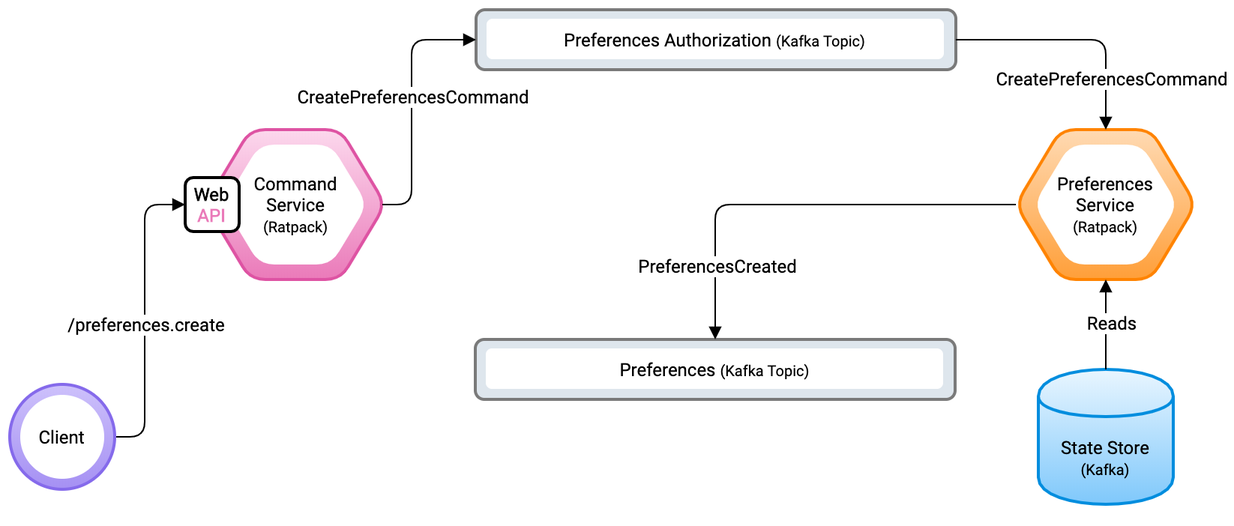
This is diagrams/kafka-event-store-preferences-service.png from pcasas/piggybox, a draw.io export, as it was before one commit. Source tidied: cells renumbered, new cells last; positions are measured from the earlier drawing's top-left corner, leaving out a move shared by most shapes. The source it was exported from:
```xml
<mxGraphModel>
  <root>
    <mxCell id="0" />
    <mxCell id="1" parent="0" />
    <mxCell id="2" style="shape=hexagon;perimeter=hexagonPerimeter2;whiteSpace=wrap;html=1;strokeWidth=2;fillColor=#FFDAB3;gradientColor=#FF9F39;rounded=1;comic=0;strokeColor=#ff8300;" parent="1" vertex="1">
      <mxGeometry x="671" y="80" width="120" height="100" as="geometry" />
    </mxCell>
    <mxCell id="3" value="Preferences&lt;br&gt;Service&lt;br&gt;&lt;font style=&quot;font-size: 10px&quot;&gt;(Ratpack)&lt;/font&gt;" style="shape=hexagon;perimeter=hexagonPerimeter2;whiteSpace=wrap;html=1;strokeWidth=1;fillColor=#FFFFFF;gradientColor=#FFFFFF;dashed=1;fontFamily=Roboto;FType=g;rounded=1;comic=0;strokeColor=none;" parent="1" vertex="1">
      <mxGeometry x="683" y="90" width="96" height="80" as="geometry" />
    </mxCell>
    <mxCell id="4" value="&lt;font face=&quot;Roboto&quot;&gt;State Store&lt;br&gt;&lt;font style=&quot;font-size: 10px&quot;&gt;(Kafka)&lt;/font&gt;&lt;/font&gt;" style="shape=cylinder;whiteSpace=wrap;html=1;boundedLbl=1;backgroundOutline=1;strokeWidth=2;fillColor=#E9F6FF;gradientColor=#7FC8FB;shadow=0;strokeColor=#008dde;" parent="1" vertex="1">
      <mxGeometry x="686" y="240" width="90" height="90" as="geometry" />
    </mxCell>
    <mxCell id="5" style="edgeStyle=orthogonalEdgeStyle;rounded=0;orthogonalLoop=1;jettySize=auto;html=1;exitX=0.5;exitY=1;exitDx=0;exitDy=0;startArrow=block;startFill=1;endArrow=block;endFill=1;" parent="1" edge="1" source="4" target="4">
      <mxGeometry relative="1" as="geometry" />
    </mxCell>
    <mxCell id="6" style="shape=hexagon;perimeter=hexagonPerimeter2;whiteSpace=wrap;html=1;strokeWidth=2;fillColor=#FCD8ED;gradientColor=#EA7AB9;rounded=1;comic=0;strokeColor=#de53a3;" parent="1" vertex="1">
      <mxGeometry x="130.5" y="80" width="120" height="100" as="geometry" />
    </mxCell>
    <mxCell id="7" value="Command&lt;br&gt;Service&lt;br&gt;&lt;font style=&quot;font-size: 10px&quot;&gt;(Ratpack)&lt;/font&gt;" style="shape=hexagon;perimeter=hexagonPerimeter2;whiteSpace=wrap;html=1;strokeWidth=1;fillColor=#FFFFFF;gradientColor=#FFFFFF;dashed=1;fontFamily=Roboto;FType=g;rounded=1;comic=0;strokeColor=none;" parent="1" vertex="1">
      <mxGeometry x="142.5" y="90" width="96" height="80" as="geometry" />
    </mxCell>
    <mxCell id="8" value="&lt;font face=&quot;Roboto&quot;&gt;&lt;b&gt;Web&lt;/b&gt;&lt;br&gt;&lt;font color=&quot;#ea7ab9&quot;&gt;&lt;b&gt;API&lt;/b&gt;&lt;/font&gt;&lt;/font&gt;" style="rounded=1;whiteSpace=wrap;html=1;shadow=0;comic=0;strokeWidth=2;fillColor=#FFF;gradientColor=none;" parent="1" vertex="1">
      <mxGeometry x="117" y="112" width="36" height="36" as="geometry" />
    </mxCell>
    <mxCell id="9" style="endArrow=none;html=1;entryX=1;entryY=0.5;entryDx=0;entryDy=0;endFill=0;exitX=0;exitY=0.5;exitDx=0;exitDy=0;edgeStyle=orthogonalEdgeStyle;startArrow=block;startFill=1;" parent="1" edge="1" source="8" target="11">
      <mxGeometry relative="1" as="geometry">
        <Array as="points">
          <mxPoint x="90" y="130" />
          <mxPoint x="90" y="285" />
        </Array>
      </mxGeometry>
    </mxCell>
    <mxCell id="10" value="&lt;font face=&quot;Roboto&quot;&gt;/preferences.create&lt;/font&gt;" style="text;html=1;align=center;verticalAlign=middle;labelBackgroundColor=#ffffff;" parent="9" vertex="1">
      <mxGeometry x="-0.01" y="-2" relative="1" as="geometry">
        <mxPoint x="2" y="6" as="offset" />
      </mxGeometry>
    </mxCell>
    <mxCell id="11" style="ellipse;whiteSpace=wrap;html=1;rounded=1;shadow=0;comic=0;strokeColor=#856aeb;strokeWidth=2;fillColor=#A590F3;gradientColor=#CDC1FB;gradientDirection=north;" parent="1" vertex="1">
      <mxGeometry y="250" width="70" height="70" as="geometry" />
    </mxCell>
    <mxCell id="12" value="&lt;font face=&quot;Roboto&quot;&gt;Client&lt;/font&gt;" style="ellipse;whiteSpace=wrap;html=1;rounded=1;shadow=0;comic=0;strokeColor=none;strokeWidth=1;fillColor=#FFF;gradientColor=none;" parent="1" vertex="1">
      <mxGeometry x="7" y="257" width="56" height="56" as="geometry" />
    </mxCell>
    <mxCell id="13" style="rounded=1;whiteSpace=wrap;html=1;strokeWidth=2;fillColor=#DEE6ED;gradientColor=none;strokeColor=#7A7A7A;" parent="1" vertex="1">
      <mxGeometry x="311" width="320" height="40" as="geometry" />
    </mxCell>
    <mxCell id="14" value="&lt;font face=&quot;Roboto&quot;&gt;Preferences Authorization &lt;font style=&quot;font-size: 10px&quot;&gt;(Kafka Topic)&lt;/font&gt;&lt;/font&gt;" style="rounded=1;whiteSpace=wrap;html=1;strokeWidth=1;fillColor=#FFFFFF;gradientColor=none;dashed=1;perimeterSpacing=0;strokeColor=none;" parent="1" vertex="1">
      <mxGeometry x="318" y="6" width="305" height="27" as="geometry" />
    </mxCell>
    <mxCell id="15" style="endArrow=none;html=1;entryX=1;entryY=0.5;entryDx=0;entryDy=0;endFill=0;edgeStyle=orthogonalEdgeStyle;startArrow=block;startFill=1;exitX=0;exitY=0.5;exitDx=0;exitDy=0;" parent="1" edge="1" source="13">
      <mxGeometry relative="1" as="geometry">
        <mxPoint x="248.5" y="130" as="targetPoint" />
        <Array as="points">
          <mxPoint x="268" y="20" />
          <mxPoint x="268" y="130" />
        </Array>
      </mxGeometry>
    </mxCell>
    <mxCell id="16" value="&lt;font face=&quot;Roboto&quot;&gt;CreatePreferencesCommand&lt;/font&gt;" style="text;html=1;align=center;verticalAlign=middle;labelBackgroundColor=#ffffff;" parent="15" vertex="1">
      <mxGeometry x="-0.01" y="-2" relative="1" as="geometry">
        <mxPoint x="2" y="-5" as="offset" />
      </mxGeometry>
    </mxCell>
    <mxCell id="17" style="endArrow=block;html=1;exitX=1;exitY=0.5;exitDx=0;exitDy=0;edgeStyle=orthogonalEdgeStyle;entryX=0.5;entryY=0;entryDx=0;entryDy=0;endFill=1;" parent="1" edge="1" source="13" target="2">
      <mxGeometry relative="1" as="geometry">
        <Array as="points">
          <mxPoint x="731" y="20" />
        </Array>
      </mxGeometry>
    </mxCell>
    <mxCell id="18" value="&lt;span style=&quot;font-family: &amp;#34;roboto&amp;#34;&quot;&gt;CreatePreferencesCommand&lt;/span&gt;" style="text;html=1;align=center;verticalAlign=middle;labelBackgroundColor=#ffffff;" parent="17" vertex="1">
      <mxGeometry x="0.3" y="-22" relative="1" as="geometry">
        <mxPoint x="25" y="21" as="offset" />
      </mxGeometry>
    </mxCell>
    <mxCell id="19" style="rounded=1;whiteSpace=wrap;html=1;strokeWidth=2;fillColor=#DEE6ED;gradientColor=none;strokeColor=#7A7A7A;" parent="1" vertex="1">
      <mxGeometry x="310.5" y="220" width="320" height="40" as="geometry" />
    </mxCell>
    <mxCell id="20" value="&lt;font face=&quot;Roboto&quot;&gt;Preferences&amp;nbsp;&lt;font style=&quot;font-size: 10px&quot;&gt;(Kafka Topic)&lt;/font&gt;&lt;/font&gt;" style="rounded=1;whiteSpace=wrap;html=1;strokeWidth=1;fillColor=#FFFFFF;gradientColor=none;dashed=1;perimeterSpacing=0;strokeColor=none;" parent="1" vertex="1">
      <mxGeometry x="317.5" y="226" width="305" height="27" as="geometry" />
    </mxCell>
    <mxCell id="21" style="endArrow=block;startArrow=none;html=1;entryX=0.5;entryY=1;entryDx=0;entryDy=0;exitX=0.5;exitY=0;exitDx=0;exitDy=0;startFill=0;endFill=1;" parent="1" edge="1" source="4" target="2">
      <mxGeometry relative="1" as="geometry" />
    </mxCell>
    <mxCell id="22" value="&lt;font face=&quot;Roboto&quot;&gt;Reads&lt;/font&gt;" style="text;html=1;align=center;verticalAlign=middle;labelBackgroundColor=#ffffff;" parent="21" vertex="1">
      <mxGeometry x="0.07" y="-3" relative="1" as="geometry" />
    </mxCell>
    <mxCell id="23" style="endArrow=block;html=1;edgeStyle=orthogonalEdgeStyle;entryX=0.5;entryY=0;entryDx=0;entryDy=0;endFill=1;exitX=0;exitY=0.5;exitDx=0;exitDy=0;" parent="1" edge="1" source="2" target="19">
      <mxGeometry relative="1" as="geometry">
        <Array as="points">
          <mxPoint x="471" y="130" />
        </Array>
      </mxGeometry>
    </mxCell>
    <mxCell id="24" value="&lt;span style=&quot;font-family: &amp;#34;roboto&amp;#34;&quot;&gt;PreferencesCreated&lt;br&gt;&lt;/span&gt;" style="text;html=1;align=center;verticalAlign=middle;labelBackgroundColor=#ffffff;" parent="23" vertex="1">
      <mxGeometry x="0.3" y="-22" relative="1" as="geometry">
        <mxPoint x="-11" y="62" as="offset" />
      </mxGeometry>
    </mxCell>
  </root>
</mxGraphModel>
```
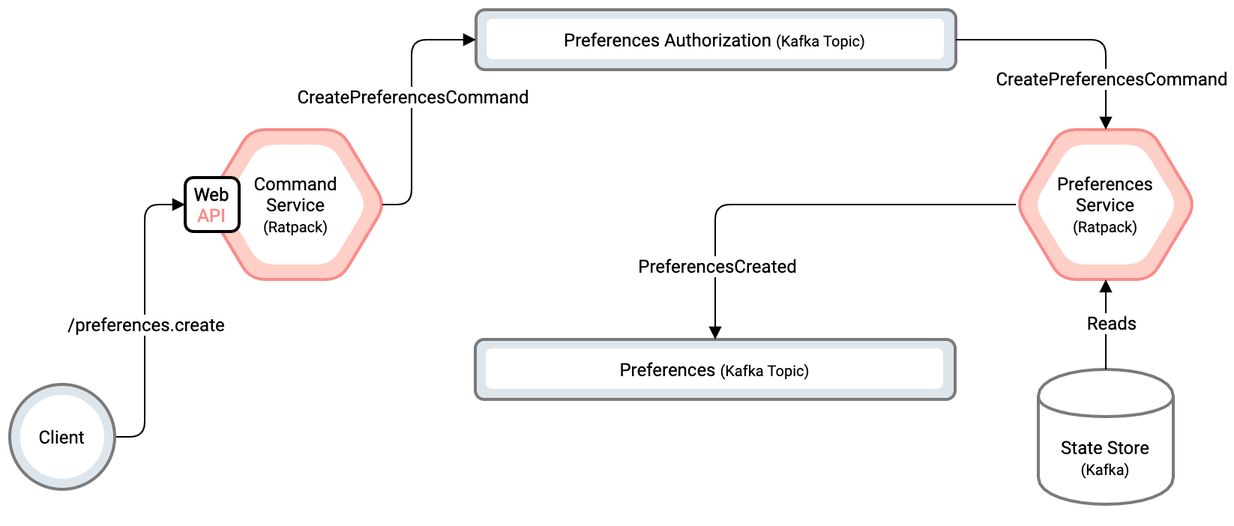
Above is the later version.

Diff of the diagram source:
```diff
@@ -2,25 +2,25 @@
   <root>
     <mxCell id="0" />
     <mxCell id="1" parent="0" />
-    <mxCell id="2" style="shape=hexagon;perimeter=hexagonPerimeter2;whiteSpace=wrap;html=1;strokeWidth=2;fillColor=#FFDAB3;gradientColor=#FF9F39;rounded=1;comic=0;strokeColor=#ff8300;" parent="1" vertex="1">
+    <mxCell id="2" style="shape=hexagon;perimeter=hexagonPerimeter2;whiteSpace=wrap;html=1;strokeWidth=2;fillColor=#FDCFC7;gradientColor=none;rounded=1;comic=0;strokeColor=#F88C8A;" parent="1" vertex="1">
       <mxGeometry x="671" y="80" width="120" height="100" as="geometry" />
     </mxCell>
     <mxCell id="3" value="Preferences&lt;br&gt;Service&lt;br&gt;&lt;font style=&quot;font-size: 10px&quot;&gt;(Ratpack)&lt;/font&gt;" style="shape=hexagon;perimeter=hexagonPerimeter2;whiteSpace=wrap;html=1;strokeWidth=1;fillColor=#FFFFFF;gradientColor=#FFFFFF;dashed=1;fontFamily=Roboto;FType=g;rounded=1;comic=0;strokeColor=none;" parent="1" vertex="1">
       <mxGeometry x="683" y="90" width="96" height="80" as="geometry" />
     </mxCell>
-    <mxCell id="4" value="&lt;font face=&quot;Roboto&quot;&gt;State Store&lt;br&gt;&lt;font style=&quot;font-size: 10px&quot;&gt;(Kafka)&lt;/font&gt;&lt;/font&gt;" style="shape=cylinder;whiteSpace=wrap;html=1;boundedLbl=1;backgroundOutline=1;strokeWidth=2;fillColor=#E9F6FF;gradientColor=#7FC8FB;shadow=0;strokeColor=#008dde;" parent="1" vertex="1">
+    <mxCell id="4" value="&lt;font face=&quot;Roboto&quot;&gt;State Store&lt;br&gt;&lt;font style=&quot;font-size: 10px&quot;&gt;(Kafka)&lt;/font&gt;&lt;/font&gt;" style="shape=cylinder;whiteSpace=wrap;html=1;boundedLbl=1;backgroundOutline=1;strokeWidth=2;fillColor=#FFFFFF;gradientColor=none;shadow=0;strokeColor=#7A7A7A;" parent="1" vertex="1">
       <mxGeometry x="686" y="240" width="90" height="90" as="geometry" />
     </mxCell>
     <mxCell id="5" style="edgeStyle=orthogonalEdgeStyle;rounded=0;orthogonalLoop=1;jettySize=auto;html=1;exitX=0.5;exitY=1;exitDx=0;exitDy=0;startArrow=block;startFill=1;endArrow=block;endFill=1;" parent="1" edge="1" source="4" target="4">
       <mxGeometry relative="1" as="geometry" />
     </mxCell>
-    <mxCell id="6" style="shape=hexagon;perimeter=hexagonPerimeter2;whiteSpace=wrap;html=1;strokeWidth=2;fillColor=#FCD8ED;gradientColor=#EA7AB9;rounded=1;comic=0;strokeColor=#de53a3;" parent="1" vertex="1">
+    <mxCell id="6" style="shape=hexagon;perimeter=hexagonPerimeter2;whiteSpace=wrap;html=1;strokeWidth=2;fillColor=#FDCFC7;gradientColor=none;rounded=1;comic=0;strokeColor=#F88C8A;" parent="1" vertex="1">
       <mxGeometry x="130.5" y="80" width="120" height="100" as="geometry" />
     </mxCell>
     <mxCell id="7" value="Command&lt;br&gt;Service&lt;br&gt;&lt;font style=&quot;font-size: 10px&quot;&gt;(Ratpack)&lt;/font&gt;" style="shape=hexagon;perimeter=hexagonPerimeter2;whiteSpace=wrap;html=1;strokeWidth=1;fillColor=#FFFFFF;gradientColor=#FFFFFF;dashed=1;fontFamily=Roboto;FType=g;rounded=1;comic=0;strokeColor=none;" parent="1" vertex="1">
       <mxGeometry x="142.5" y="90" width="96" height="80" as="geometry" />
     </mxCell>
-    <mxCell id="8" value="&lt;font face=&quot;Roboto&quot;&gt;&lt;b&gt;Web&lt;/b&gt;&lt;br&gt;&lt;font color=&quot;#ea7ab9&quot;&gt;&lt;b&gt;API&lt;/b&gt;&lt;/font&gt;&lt;/font&gt;" style="rounded=1;whiteSpace=wrap;html=1;shadow=0;comic=0;strokeWidth=2;fillColor=#FFF;gradientColor=none;" parent="1" vertex="1">
+    <mxCell id="8" value="&lt;font face=&quot;Roboto&quot;&gt;&lt;b&gt;Web&lt;/b&gt;&lt;br&gt;&lt;b&gt;&lt;font color=&quot;#f88c8a&quot;&gt;API&lt;/font&gt;&lt;/b&gt;&lt;/font&gt;" style="rounded=1;whiteSpace=wrap;html=1;shadow=0;comic=0;strokeWidth=2;fillColor=#FFF;gradientColor=none;" parent="1" vertex="1">
       <mxGeometry x="117" y="112" width="36" height="36" as="geometry" />
     </mxCell>
     <mxCell id="9" style="endArrow=none;html=1;entryX=1;entryY=0.5;entryDx=0;entryDy=0;endFill=0;exitX=0;exitY=0.5;exitDx=0;exitDy=0;edgeStyle=orthogonalEdgeStyle;startArrow=block;startFill=1;" parent="1" edge="1" source="8" target="11">
@@ -36,7 +36,7 @@
         <mxPoint x="2" y="6" as="offset" />
       </mxGeometry>
     </mxCell>
-    <mxCell id="11" style="ellipse;whiteSpace=wrap;html=1;rounded=1;shadow=0;comic=0;strokeColor=#856aeb;strokeWidth=2;fillColor=#A590F3;gradientColor=#CDC1FB;gradientDirection=north;" parent="1" vertex="1">
+    <mxCell id="11" style="ellipse;whiteSpace=wrap;html=1;rounded=1;shadow=0;comic=0;strokeColor=#7A7A7A;strokeWidth=2;fillColor=#DEE6ED;gradientColor=none;gradientDirection=north;" parent="1" vertex="1">
       <mxGeometry y="250" width="70" height="70" as="geometry" />
     </mxCell>
     <mxCell id="12" value="&lt;font face=&quot;Roboto&quot;&gt;Client&lt;/font&gt;" style="ellipse;whiteSpace=wrap;html=1;rounded=1;shadow=0;comic=0;strokeColor=none;strokeWidth=1;fillColor=#FFF;gradientColor=none;" parent="1" vertex="1">
```
